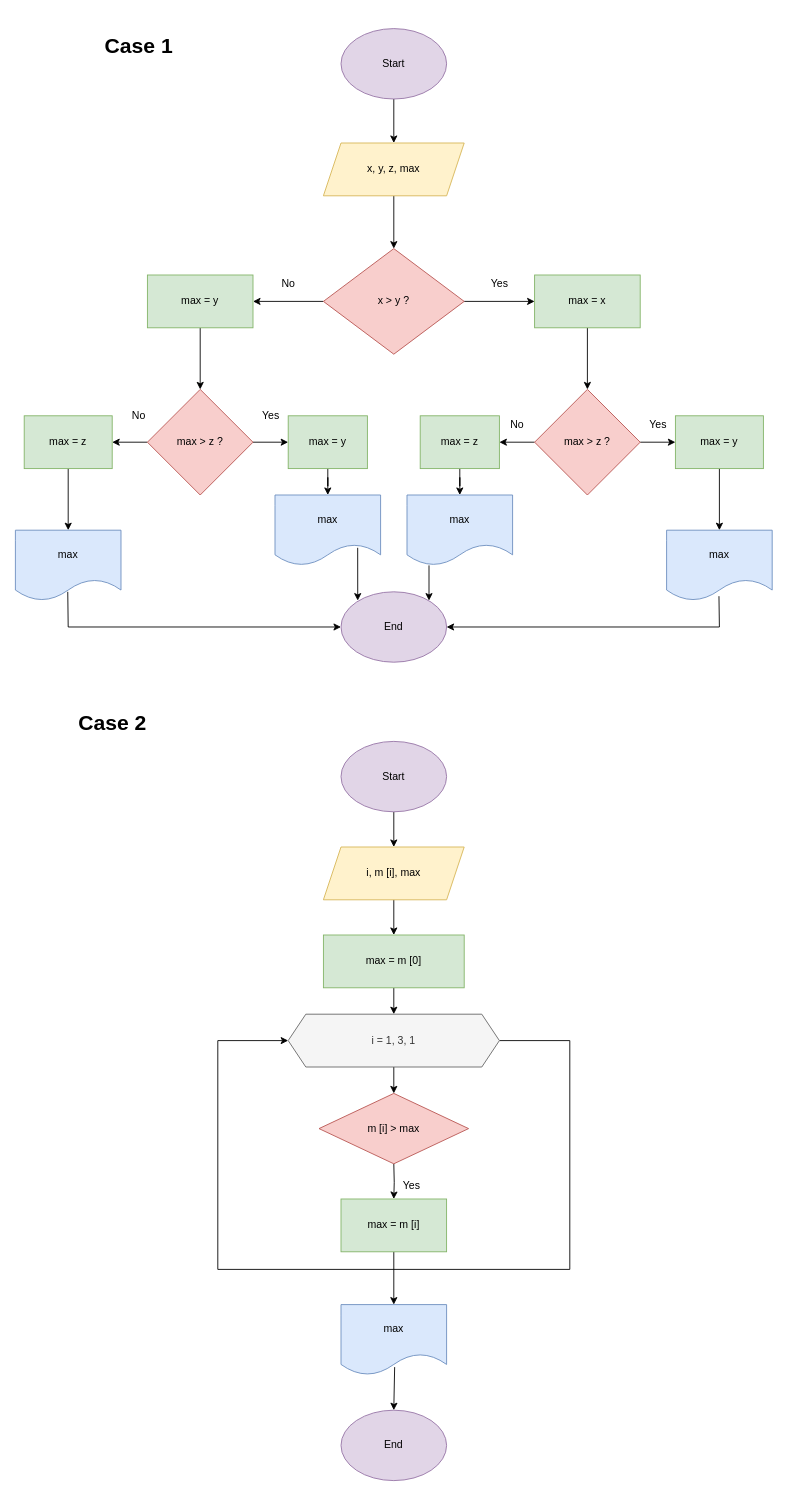
The draw.io diagram page "Page-4" (4 of 8) of Task 4.drawio in NigarMahmudova/Second_Homework, before the edit. Source tidied: cells renumbered, new cells numbered last; positions are measured from the earlier drawing's top-left corner, leaving out a move shared by most shapes. Both pictures are drawn from the tidied source at 88%, with x=0, y=0 at pixel (15, 15).
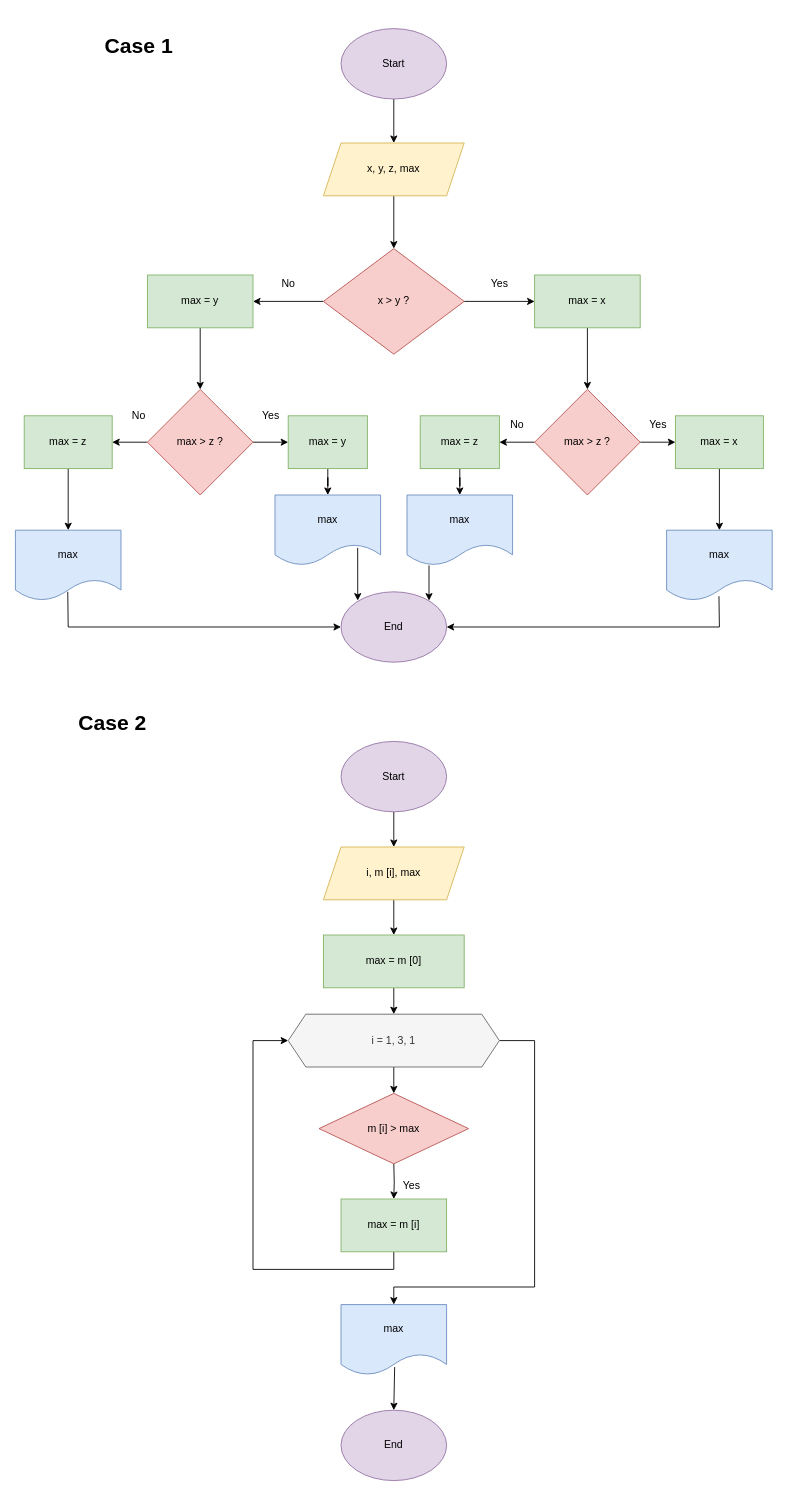
The same diagram, later.

Unchanged cells that the change refers to:
```xml
<mxCell id="51" value="max = m [i]" style="rounded=0;whiteSpace=wrap;html=1;fillColor=#d5e8d4;strokeColor=#82b366;" parent="1" vertex="1">
  <mxGeometry x="370" y="1345" width="120" height="60" as="geometry" />
</mxCell>
<mxCell id="53" value="i = 1, 3, 1" style="shape=hexagon;perimeter=hexagonPerimeter2;whiteSpace=wrap;html=1;fixedSize=1;fillColor=#f5f5f5;strokeColor=#666666;fontColor=#333333;" parent="1" vertex="1">
  <mxGeometry x="310" y="1135" width="240" height="60" as="geometry" />
</mxCell>
<mxCell id="56" value="max" style="shape=document;whiteSpace=wrap;html=1;boundedLbl=1;rounded=0;fillColor=#dae8fc;strokeColor=#6c8ebf;" parent="1" vertex="1">
  <mxGeometry x="370" y="1465" width="120" height="80" as="geometry" />
</mxCell>
```

Change to the diagram source:
```diff
@@
-    <mxCell id="17" value="max = y" style="rounded=0;whiteSpace=wrap;html=1;fillColor=#d5e8d4;strokeColor=#82b366;" parent="1" vertex="1">
+    <mxCell id="17" value="max = x" style="rounded=0;whiteSpace=wrap;html=1;fillColor=#d5e8d4;strokeColor=#82b366;" parent="1" vertex="1">
       <mxGeometry x="750" y="455" width="100" height="60" as="geometry" />
     </mxCell>
@@
-    <mxCell id="50" style="edgeStyle=orthogonalEdgeStyle;rounded=0;jettySize=auto;html=1;" parent="1" edge="1" source="51" target="56">
-      <mxGeometry relative="1" as="geometry" />
-    </mxCell>
+    <mxCell id="61" style="edgeStyle=orthogonalEdgeStyle;rounded=0;jettySize=auto;html=1;exitX=0.5;exitY=1;exitDx=0;exitDy=0;entryX=0;entryY=0.5;entryDx=0;entryDy=0;" parent="1" edge="1" source="51" target="53">
+      <mxGeometry relative="1" as="geometry">
+        <Array as="points">
+          <mxPoint x="430" y="1425" />
+          <mxPoint x="270" y="1425" />
+          <mxPoint x="270" y="1165" />
+        </Array>
+      </mxGeometry>
+    </mxCell>
@@
-    <mxCell id="52" style="edgeStyle=orthogonalEdgeStyle;rounded=0;orthogonalLoop=1;jettySize=auto;html=1;exitX=1;exitY=0.5;exitDx=0;exitDy=0;entryX=0;entryY=0.5;entryDx=0;entryDy=0;" parent="1" edge="1" source="53" target="53">
-      <mxGeometry x="0.02" y="-30" relative="1" as="geometry">
-        <Array as="points">
-          <mxPoint x="630" y="1165" />
-          <mxPoint x="630" y="1425" />
-          <mxPoint x="230" y="1425" />
-          <mxPoint x="230" y="1165" />
-        </Array>
-      </mxGeometry>
-    </mxCell>
+    <mxCell id="62" style="edgeStyle=orthogonalEdgeStyle;rounded=0;jettySize=auto;html=1;exitX=1;exitY=0.5;exitDx=0;exitDy=0;entryX=0.5;entryY=0;entryDx=0;entryDy=0;" parent="1" edge="1" source="53" target="56">
+      <mxGeometry relative="1" as="geometry">
+        <Array as="points">
+          <mxPoint x="590" y="1165" />
+          <mxPoint x="590" y="1445" />
+          <mxPoint x="430" y="1445" />
+        </Array>
+      </mxGeometry>
+    </mxCell>
```
